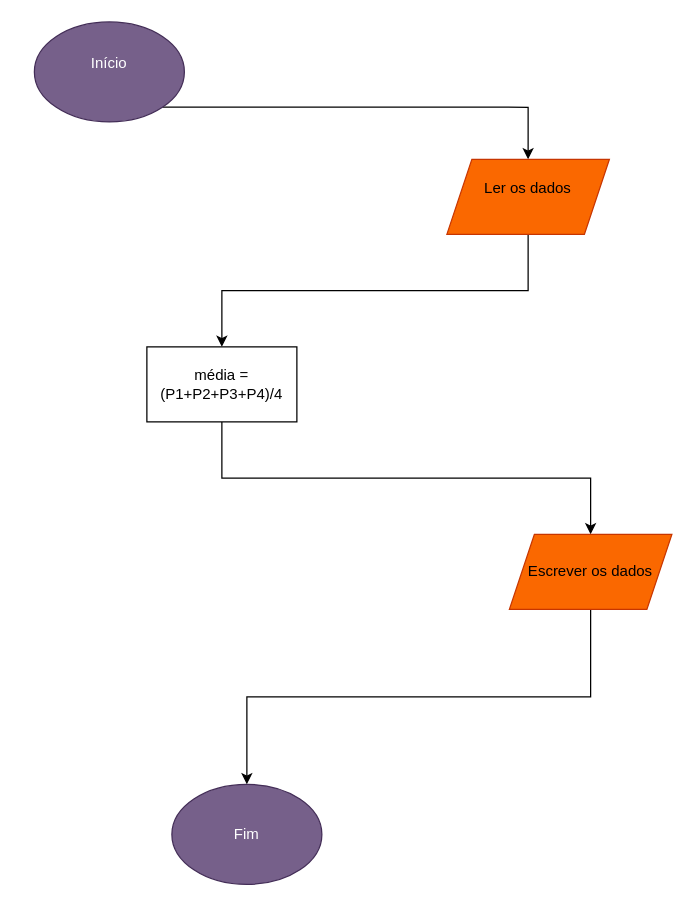
Earlier version of the draw.io diagram Diagrama sem nome.drawio (Rato0101/Fluxogramas). Source tidied: cells renumbered, new cells numbered last; positions are measured from the earlier drawing's top-left corner, leaving out a move shared by most shapes. Both pictures are drawn from the tidied source at 125%, with x=0, y=0 at pixel (34, 21).
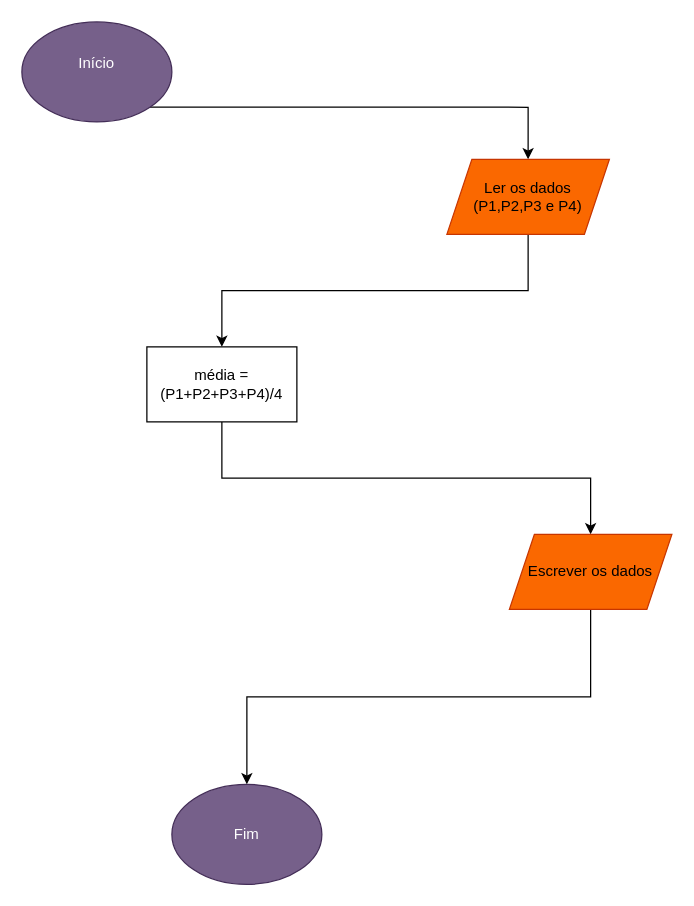
Above is the later version.

The edit, as a diff of the source:
```diff
@@
 <mxGraphModel>
   <root>
     <mxCell id="0" />
     <mxCell id="1" parent="0" />
     <mxCell id="2" style="edgeStyle=orthogonalEdgeStyle;rounded=0;jettySize=auto;html=1;exitX=1;exitY=1;exitDx=0;exitDy=0;entryX=0.5;entryY=0;entryDx=0;entryDy=0;" parent="1" edge="1" source="3" target="6">
       <mxGeometry relative="1" as="geometry" />
     </mxCell>
     <mxCell id="3" value="Início&lt;div&gt;&lt;br/&gt;&lt;/div&gt;" style="ellipse;whiteSpace=wrap;html=1;shapeInside=1;fillColor=#76608a;strokeColor=#432D57;fontColor=#ffffff;" parent="1" vertex="1">
-      <mxGeometry width="120" height="80" as="geometry" />
+      <mxGeometry x="-10" width="120" height="80" as="geometry" />
     </mxCell>
     <mxCell id="4" value="Fim" style="ellipse;whiteSpace=wrap;html=1;shapeInside=1;fillColor=#76608a;strokeColor=#432D57;fontColor=#ffffff;" parent="1" vertex="1">
       <mxGeometry x="110" y="610" width="120" height="80" as="geometry" />
     </mxCell>
     <mxCell id="5" style="edgeStyle=orthogonalEdgeStyle;rounded=0;jettySize=auto;html=1;exitX=0.5;exitY=1;exitDx=0;exitDy=0;entryX=0.5;entryY=0;entryDx=0;entryDy=0;" parent="1" edge="1" source="6" target="8">
       <mxGeometry relative="1" as="geometry" />
     </mxCell>
-    <mxCell id="6" value="Ler os dados&lt;div&gt;&lt;br&gt;&lt;/div&gt;" style="shape=parallelogram;perimeter=parallelogramPerimeter;whiteSpace=wrap;html=1;shapeInside=1;fixedSize=1;fillColor=#fa6800;fontColor=#000000;strokeColor=#C73500;" parent="1" vertex="1">
+    <mxCell id="6" value="Ler os dados&lt;div&gt;(P1,P2,P3 e P4)&lt;/div&gt;" style="shape=parallelogram;perimeter=parallelogramPerimeter;whiteSpace=wrap;html=1;shapeInside=1;fixedSize=1;fillColor=#fa6800;fontColor=#000000;strokeColor=#C73500;" parent="1" vertex="1">
       <mxGeometry x="330" y="110" width="130" height="60" as="geometry" />
     </mxCell>
     <mxCell id="7" style="edgeStyle=orthogonalEdgeStyle;rounded=0;jettySize=auto;html=1;exitX=0.5;exitY=1;exitDx=0;exitDy=0;entryX=0.5;entryY=0;entryDx=0;entryDy=0;" parent="1" edge="1" source="8" target="10">
       <mxGeometry relative="1" as="geometry" />
     </mxCell>
     <mxCell id="8" value="média = (P1+P2+P3+P4)/4" style="rounded=0;whiteSpace=wrap;html=1;" parent="1" vertex="1">
       <mxGeometry x="90" y="260" width="120" height="60" as="geometry" />
     </mxCell>
     <mxCell id="9" style="edgeStyle=orthogonalEdgeStyle;rounded=0;jettySize=auto;html=1;exitX=0.5;exitY=1;exitDx=0;exitDy=0;entryX=0.5;entryY=0;entryDx=0;entryDy=0;" parent="1" edge="1" source="10" target="4">
       <mxGeometry relative="1" as="geometry" />
     </mxCell>
     <mxCell id="10" value="&lt;div&gt;Escrever os dados&lt;/div&gt;" style="shape=parallelogram;perimeter=parallelogramPerimeter;whiteSpace=wrap;html=1;shapeInside=1;fixedSize=1;fillColor=#fa6800;fontColor=#000000;strokeColor=#C73500;" parent="1" vertex="1">
       <mxGeometry x="380" y="410" width="130" height="60" as="geometry" />
     </mxCell>
   </root>
 </mxGraphModel>
```
